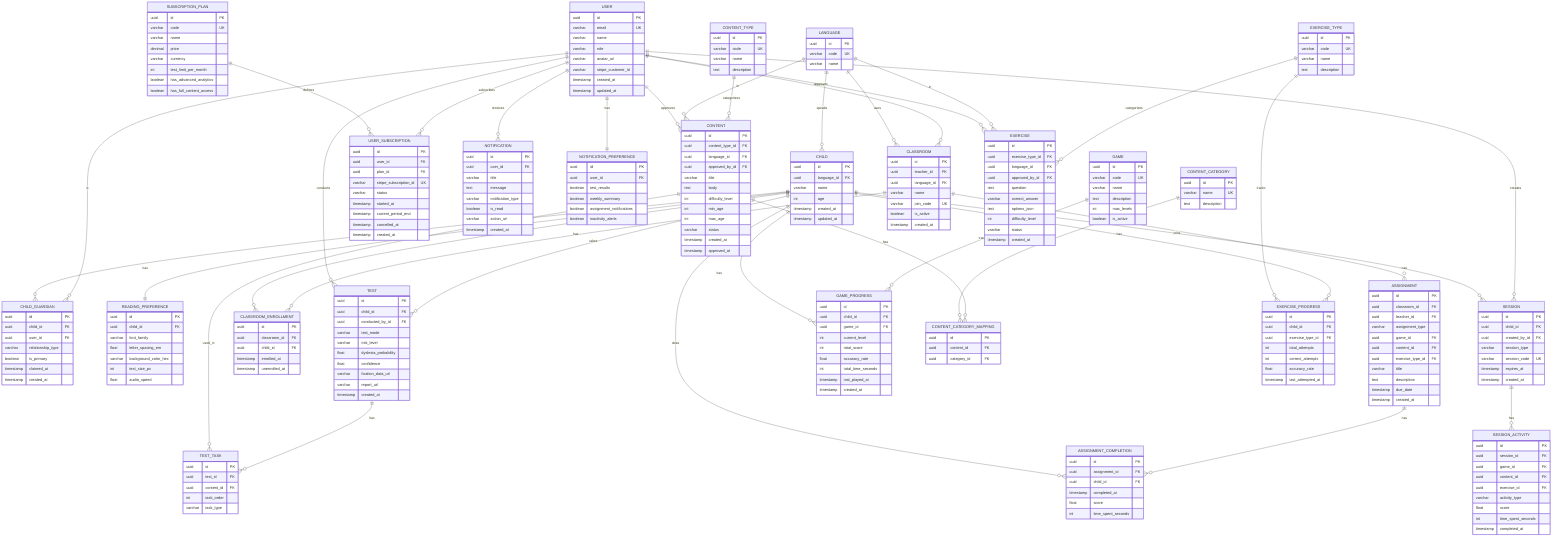
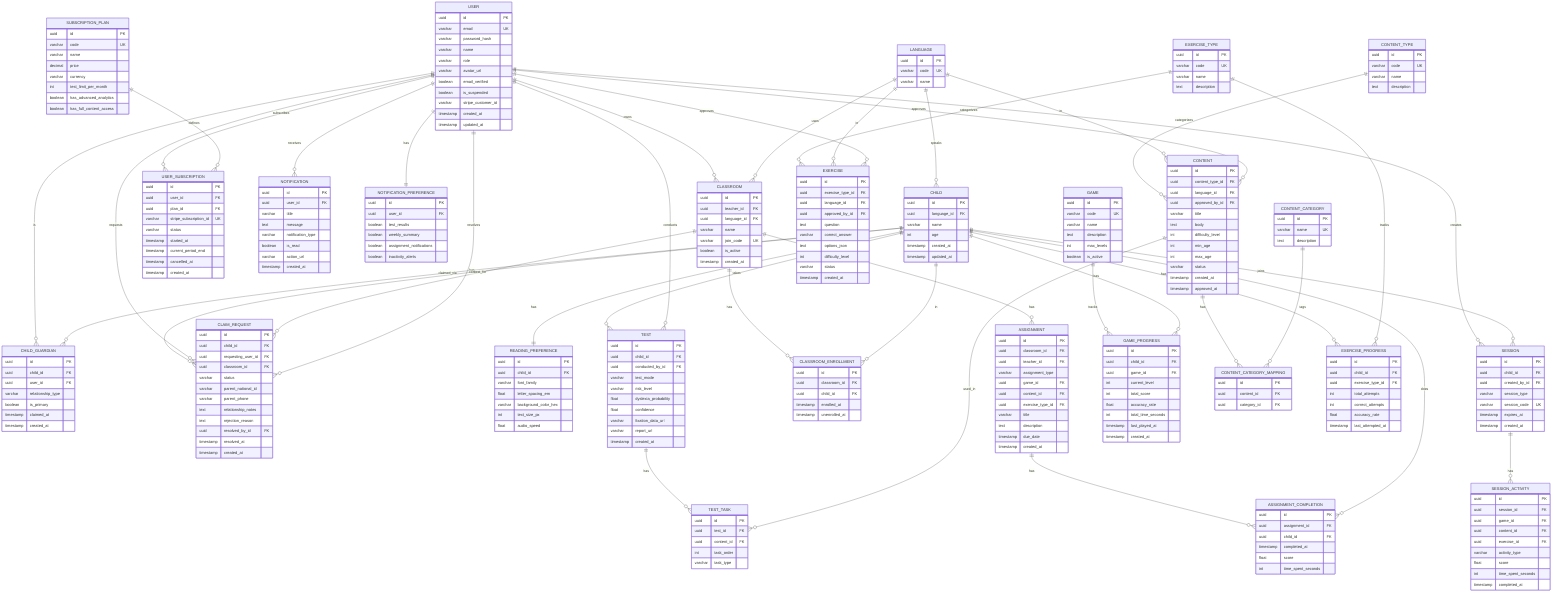
erDiagram
    LANGUAGE {
        uuid id PK
        varchar code UK
        varchar name
    }

    GAME {
        uuid id PK
        varchar code UK
        varchar name
        text description
        int max_levels
        boolean is_active
    }

    CONTENT_TYPE {
        uuid id PK
        varchar code UK
        varchar name
        text description
    }

    CONTENT_CATEGORY {
        uuid id PK
        varchar name UK
        text description
    }

    EXERCISE_TYPE {
        uuid id PK
        varchar code UK
        varchar name
        text description
    }

    SUBSCRIPTION_PLAN {
        uuid id PK
        varchar code UK
        varchar name
        decimal price
        varchar currency
        int test_limit_per_month
        boolean has_advanced_analytics
        boolean has_full_content_access
    }

    USER {
        uuid id PK
        varchar email UK
+         varchar password_hash
        varchar name
        varchar role
        varchar avatar_url
+         boolean email_verified
+         boolean is_suspended
        varchar stripe_customer_id
        timestamp created_at
        timestamp updated_at
    }

    USER_SUBSCRIPTION {
        uuid id PK
        uuid user_id FK
        uuid plan_id FK
        varchar stripe_subscription_id UK
        varchar status
        timestamp started_at
        timestamp current_period_end
        timestamp cancelled_at
        timestamp created_at
    }

    NOTIFICATION {
        uuid id PK
        uuid user_id FK
        varchar title
        text message
        varchar notification_type
        boolean is_read
        varchar action_url
        timestamp created_at
    }

    NOTIFICATION_PREFERENCE {
        uuid id PK
        uuid user_id FK
        boolean test_results
        boolean weekly_summary
        boolean assignment_notifications
        boolean inactivity_alerts
    }

    CHILD {
        uuid id PK
        uuid language_id FK
        varchar name
        int age
        timestamp created_at
        timestamp updated_at
    }

    CHILD_GUARDIAN {
        uuid id PK
        uuid child_id FK
        uuid user_id FK
        varchar relationship_type
        boolean is_primary
        timestamp claimed_at
+         timestamp created_at
+     }
+ 
+     CLAIM_REQUEST {
+         uuid id PK
+         uuid child_id FK
+         uuid requesting_user_id FK
+         uuid classroom_id FK
+         varchar status
+         varchar parent_national_id
+         varchar parent_phone
+         text relationship_notes
+         text rejection_reason
+         uuid resolved_by_id FK
+         timestamp resolved_at
        timestamp created_at
    }

    READING_PREFERENCE {
        uuid id PK
        uuid child_id FK
        varchar font_family
        float letter_spacing_em
        varchar background_color_hex
        int text_size_px
        float audio_speed
    }

    TEST {
        uuid id PK
        uuid child_id FK
        uuid conducted_by_id FK
        varchar test_mode
        varchar risk_level
        float dyslexia_probability
        float confidence
        varchar fixation_data_url
        varchar report_url
        timestamp created_at
    }

    TEST_TASK {
        uuid id PK
        uuid test_id FK
        uuid content_id FK
        int task_order
        varchar task_type
    }

    CLASSROOM {
        uuid id PK
        uuid teacher_id FK
        uuid language_id FK
        varchar name
        varchar join_code UK
        boolean is_active
        timestamp created_at
    }

    CLASSROOM_ENROLLMENT {
        uuid id PK
        uuid classroom_id FK
        uuid child_id FK
        timestamp enrolled_at
        timestamp unenrolled_at
    }

    ASSIGNMENT {
        uuid id PK
        uuid classroom_id FK
        uuid teacher_id FK
        varchar assignment_type
        uuid game_id FK
        uuid content_id FK
        uuid exercise_type_id FK
        varchar title
        text description
        timestamp due_date
        timestamp created_at
    }

    ASSIGNMENT_COMPLETION {
        uuid id PK
        uuid assignment_id FK
        uuid child_id FK
        timestamp completed_at
        float score
        int time_spent_seconds
    }

    SESSION {
        uuid id PK
        uuid child_id FK
        uuid created_by_id FK
        varchar session_type
        varchar session_code UK
        timestamp expires_at
        timestamp created_at
    }

    SESSION_ACTIVITY {
        uuid id PK
        uuid session_id FK
        uuid game_id FK
        uuid content_id FK
        uuid exercise_id FK
        varchar activity_type
        float score
        int time_spent_seconds
        timestamp completed_at
    }

    GAME_PROGRESS {
        uuid id PK
        uuid child_id FK
        uuid game_id FK
        int current_level
        int total_score
        float accuracy_rate
        int total_time_seconds
        timestamp last_played_at
        timestamp created_at
    }

    CONTENT {
        uuid id PK
        uuid content_type_id FK
        uuid language_id FK
        uuid approved_by_id FK
        varchar title
        text body
        int difficulty_level
        int min_age
        int max_age
        varchar status
        timestamp created_at
        timestamp approved_at
    }

    CONTENT_CATEGORY_MAPPING {
        uuid id PK
        uuid content_id FK
        uuid category_id FK
    }

    EXERCISE {
        uuid id PK
        uuid exercise_type_id FK
        uuid language_id FK
        uuid approved_by_id FK
        text question
        varchar correct_answer
        text options_json
        int difficulty_level
        varchar status
        timestamp created_at
    }

    EXERCISE_PROGRESS {
        uuid id PK
        uuid child_id FK
        uuid exercise_type_id FK
        int total_attempts
        int correct_attempts
        float accuracy_rate
        timestamp last_attempted_at
    }

    USER ||--o{ USER_SUBSCRIPTION : subscribes
    USER ||--o{ NOTIFICATION : receives
    USER ||--|| NOTIFICATION_PREFERENCE : has
    SUBSCRIPTION_PLAN ||--o{ USER_SUBSCRIPTION : defines

    USER ||--o{ CHILD_GUARDIAN : is
    CHILD ||--o{ CHILD_GUARDIAN : has
    CHILD ||--|| READING_PREFERENCE : has
    LANGUAGE ||--o{ CHILD : speaks

+     CHILD ||--o{ CLAIM_REQUEST : claimed_via
+     USER ||--o{ CLAIM_REQUEST : requests
+     CLASSROOM ||--o{ CLAIM_REQUEST : context_for
+     USER ||--o{ CLAIM_REQUEST : resolves
+ 
    CHILD ||--o{ TEST : takes
    USER ||--o{ TEST : conducts
    TEST ||--o{ TEST_TASK : has
    CONTENT ||--o{ TEST_TASK : used_in

    USER ||--o{ CLASSROOM : owns
    LANGUAGE ||--o{ CLASSROOM : uses
    CLASSROOM ||--o{ CLASSROOM_ENROLLMENT : has
    CHILD ||--o{ CLASSROOM_ENROLLMENT : in
    CLASSROOM ||--o{ ASSIGNMENT : has
    ASSIGNMENT ||--o{ ASSIGNMENT_COMPLETION : has
    CHILD ||--o{ ASSIGNMENT_COMPLETION : does

    USER ||--o{ SESSION : creates
    CHILD ||--o{ SESSION : joins
    SESSION ||--o{ SESSION_ACTIVITY : has

    GAME ||--o{ GAME_PROGRESS : tracks
    CHILD ||--o{ GAME_PROGRESS : has

    CONTENT_TYPE ||--o{ CONTENT : categorizes
    LANGUAGE ||--o{ CONTENT : in
    USER ||--o{ CONTENT : approves
    CONTENT ||--o{ CONTENT_CATEGORY_MAPPING : has
    CONTENT_CATEGORY ||--o{ CONTENT_CATEGORY_MAPPING : tags

    EXERCISE_TYPE ||--o{ EXERCISE : categorizes
    LANGUAGE ||--o{ EXERCISE : in
    USER ||--o{ EXERCISE : approves
    CHILD ||--o{ EXERCISE_PROGRESS : has
    EXERCISE_TYPE ||--o{ EXERCISE_PROGRESS : tracks
